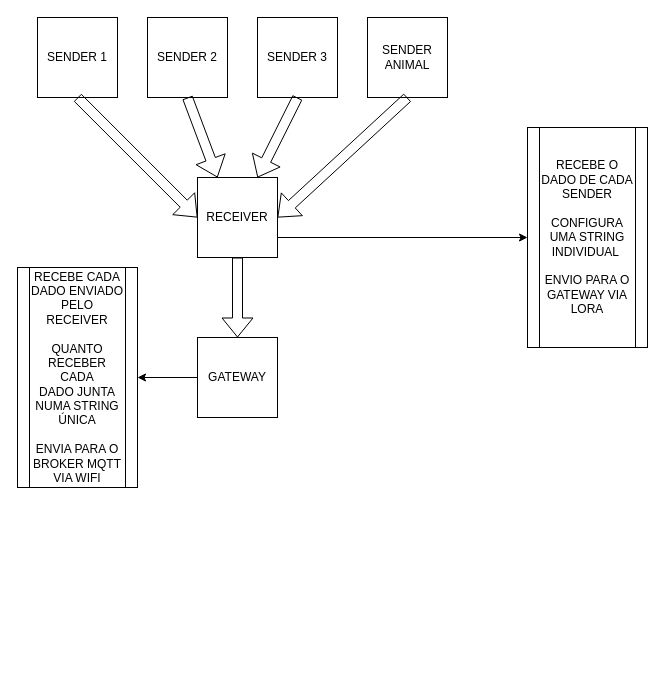
Before: Diagrama sem nome.drawio in HenriqueOctaviano/IPB_TESE, a draw.io diagram. Source tidied: cells renumbered, new cells numbered last; positions are measured from the earlier drawing's top-left corner, leaving out a move shared by most shapes. Both pictures are drawn from the tidied source at 100%, with x=0, y=0 at pixel (17, 17).
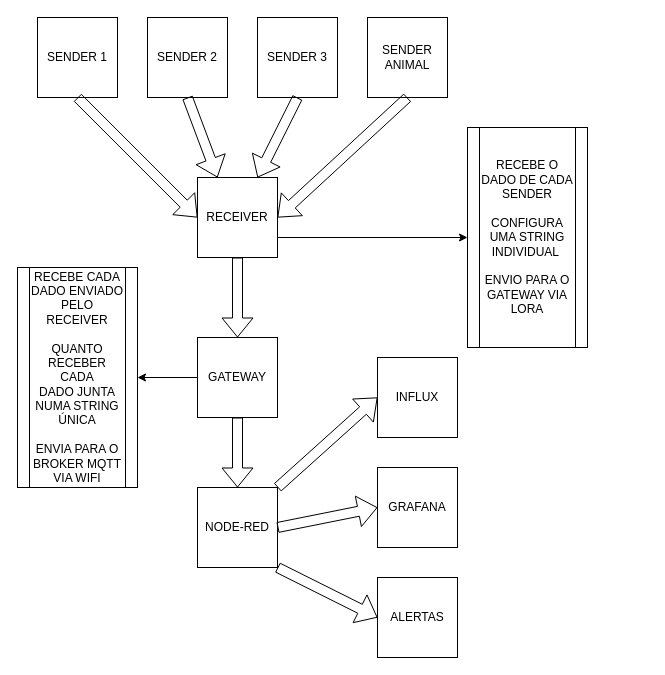
The same page after the edit.

Unchanged cells that the change refers to:
```xml
<mxCell id="11" value="GATEWAY" style="whiteSpace=wrap;html=1;" parent="1" vertex="1">
  <mxGeometry x="180" y="320" width="80" height="80" as="geometry" />
</mxCell>
```

Diff of the diagram source:
```diff
@@
     <mxCell id="14" value="RECEBE O DADO DE CADA SENDER&lt;br&gt;&lt;br&gt;CONFIGURA UMA STRING INDIVIDUAL&amp;nbsp;&lt;div&gt;&lt;br&gt;&lt;/div&gt;&lt;div&gt;ENVIO PARA O GATEWAY VIA LORA&lt;/div&gt;" style="shape=process;whiteSpace=wrap;html=1;backgroundOutline=1;" parent="1" vertex="1">
-      <mxGeometry x="510" y="110" width="120" height="220" as="geometry" />
+      <mxGeometry x="450" y="110" width="120" height="220" as="geometry" />
     </mxCell>
@@
+    <mxCell id="17" style="shape=flexArrow;endArrow=classic;html=1;rounded=0;exitX=0.5;exitY=1;exitDx=0;exitDy=0;entryX=0.5;entryY=0;entryDx=0;entryDy=0;" parent="1" edge="1" source="11" target="18">
+      <mxGeometry relative="1" as="geometry" />
+    </mxCell>
+    <mxCell id="18" value="NODE-RED" style="whiteSpace=wrap;html=1;" parent="1" vertex="1">
+      <mxGeometry x="180" y="470" width="80" height="80" as="geometry" />
+    </mxCell>
+    <mxCell id="19" style="shape=flexArrow;endArrow=classic;html=1;rounded=0;exitX=1;exitY=0;exitDx=0;exitDy=0;entryX=0;entryY=0.5;entryDx=0;entryDy=0;" parent="1" edge="1" source="18" target="22">
+      <mxGeometry relative="1" as="geometry" />
+    </mxCell>
+    <mxCell id="20" style="shape=flexArrow;endArrow=classic;html=1;rounded=0;exitX=1;exitY=0.5;exitDx=0;exitDy=0;entryX=0;entryY=0.5;entryDx=0;entryDy=0;" parent="1" edge="1" source="18" target="23">
+      <mxGeometry relative="1" as="geometry" />
+    </mxCell>
+    <mxCell id="21" style="shape=flexArrow;endArrow=classic;html=1;rounded=0;exitX=1;exitY=1;exitDx=0;exitDy=0;entryX=0;entryY=0.5;entryDx=0;entryDy=0;" parent="1" edge="1" source="18" target="24">
+      <mxGeometry relative="1" as="geometry" />
+    </mxCell>
+    <mxCell id="22" value="INFLUX" style="whiteSpace=wrap;html=1;" parent="1" vertex="1">
+      <mxGeometry x="360" y="340" width="80" height="80" as="geometry" />
+    </mxCell>
+    <mxCell id="23" value="GRAFANA" style="whiteSpace=wrap;html=1;" parent="1" vertex="1">
+      <mxGeometry x="360" y="450" width="80" height="80" as="geometry" />
+    </mxCell>
+    <mxCell id="24" value="ALERTAS" style="whiteSpace=wrap;html=1;" parent="1" vertex="1">
+      <mxGeometry x="360" y="560" width="80" height="80" as="geometry" />
+    </mxCell>
```
